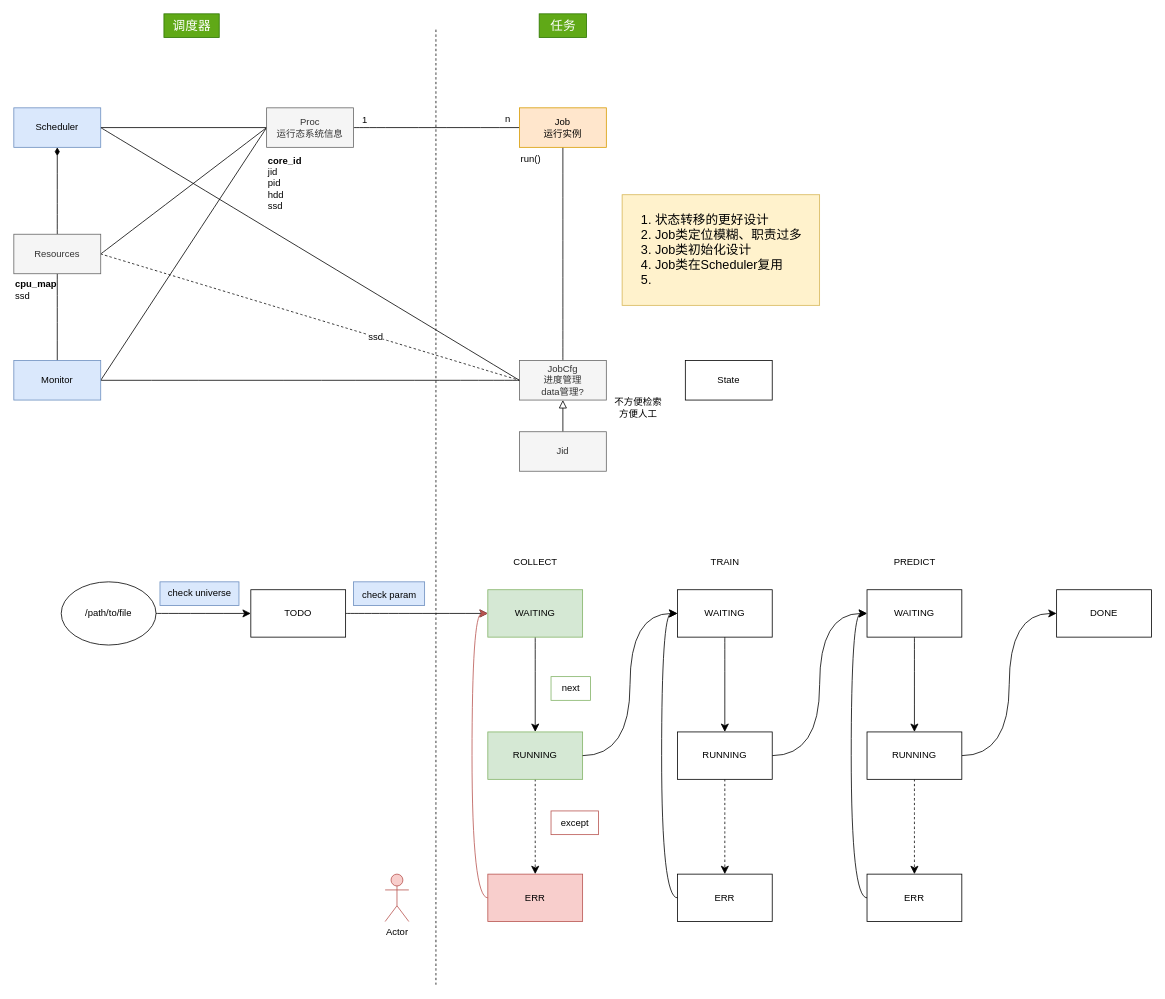
Above: practice.drawio in mistyeye11/drawio (draw.io), before the change. Source tidied: cells renumbered, new cells numbered last; positions are measured from the earlier drawing's top-left corner, leaving out a move shared by most shapes. Both pictures are drawn from the tidied source at 79%, with x=0, y=0 at pixel (13, 13).
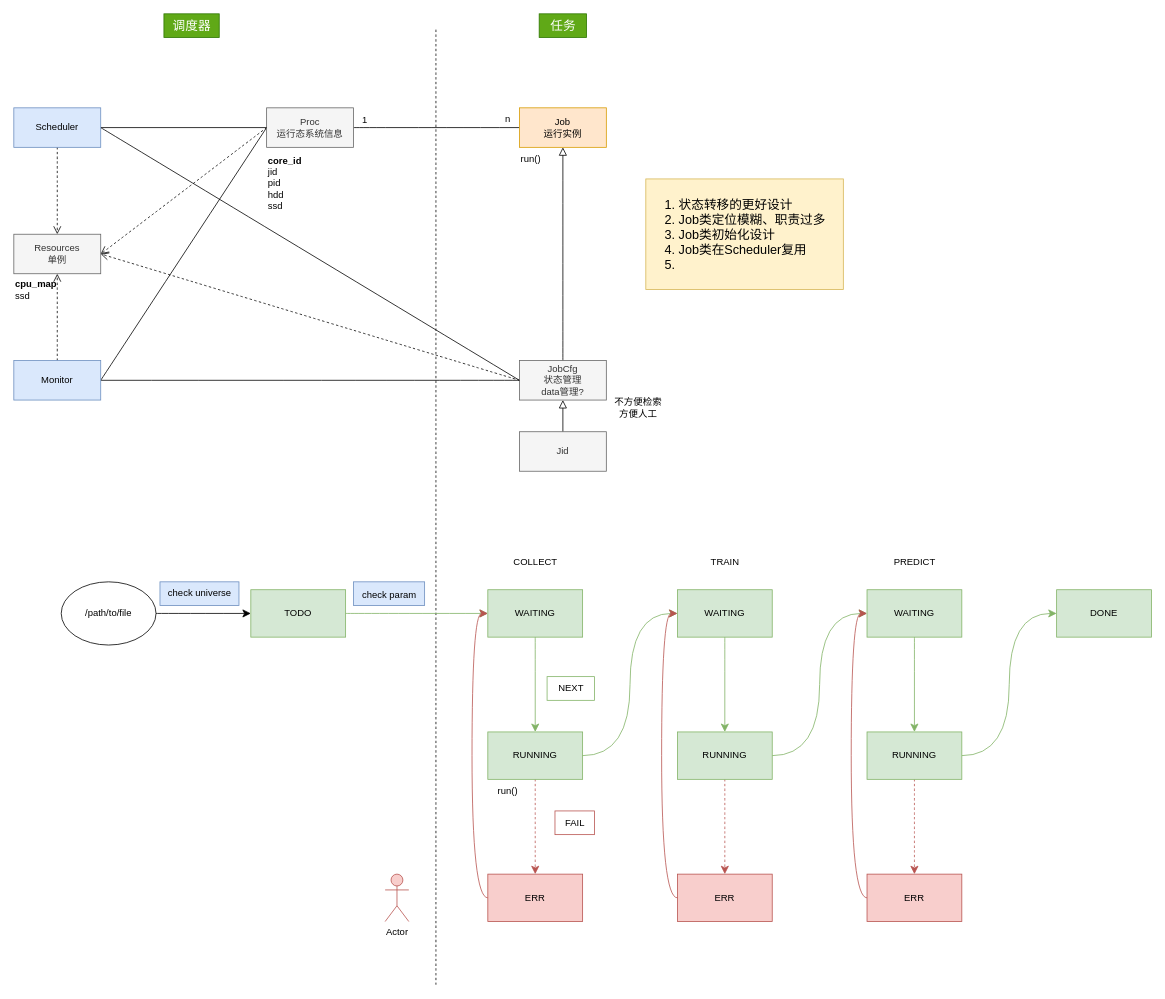
The same page after the edit.

The change refers to these unchanged cells:
```xml
<mxCell id="17" value="&lt;div&gt;Scheduler&lt;/div&gt;" style="html=1;whiteSpace=wrap;fillColor=#dae8fc;strokeColor=#6c8ebf;" parent="1" vertex="1">
  <mxGeometry y="119" width="110" height="50" as="geometry" />
</mxCell>
<mxCell id="18" value="Monitor" style="html=1;whiteSpace=wrap;fillColor=#dae8fc;strokeColor=#6c8ebf;" parent="1" vertex="1">
  <mxGeometry y="438.9" width="110" height="50" as="geometry" />
</mxCell>
<mxCell id="24" value="&lt;div&gt;WAITING&lt;/div&gt;" style="rounded=0;whiteSpace=wrap;html=1;fillColor=#d5e8d4;strokeColor=#82b366;" parent="1" vertex="1">
  <mxGeometry x="600" y="729" width="120" height="60" as="geometry" />
</mxCell>
<mxCell id="26" value="RUNNING" style="rounded=0;whiteSpace=wrap;html=1;fillColor=#d5e8d4;strokeColor=#82b366;" parent="1" vertex="1">
  <mxGeometry x="600" y="909" width="120" height="60" as="geometry" />
</mxCell>
<mxCell id="28" value="ERR" style="rounded=0;whiteSpace=wrap;html=1;fillColor=#f8cecc;strokeColor=#b85450;" parent="1" vertex="1">
  <mxGeometry x="600" y="1089" width="120" height="60" as="geometry" />
</mxCell>
<mxCell id="56" style="group;" parent="1" vertex="1">
  <mxGeometry y="279" width="110" height="90" as="geometry" />
</mxCell>
<mxCell id="60" value="&lt;div&gt;Proc&lt;/div&gt;运行态系统信息" style="html=1;whiteSpace=wrap;fillColor=#f5f5f5;strokeColor=#666666;fontColor=#333333;" parent="59" vertex="1">
  <mxGeometry width="110" height="50" as="geometry" />
</mxCell>
<mxCell id="63" value="&lt;div&gt;Job&lt;/div&gt;&lt;div&gt;运行实例&lt;br&gt;&lt;/div&gt;" style="html=1;whiteSpace=wrap;fillColor=#ffe6cc;strokeColor=#d79b00;" parent="62" vertex="1">
  <mxGeometry width="110" height="50" as="geometry" />
</mxCell>
```

The edit, as a diff of the source:
```diff
@@
-    <mxCell id="3" style="edgeStyle=none;curved=1;rounded=0;jettySize=auto;html=1;exitX=0.5;exitY=0;exitDx=0;exitDy=0;entryX=0.5;entryY=1;entryDx=0;entryDy=0;fontSize=12;startSize=8;endSize=8;endArrow=diamondThin;endFill=1;startArrow=none;startFill=0;" parent="1" edge="1" source="57" target="17">
-      <mxGeometry relative="1" as="geometry" />
-    </mxCell>
-    <mxCell id="4" style="edgeStyle=none;curved=1;rounded=0;jettySize=auto;html=1;fontSize=12;startSize=8;endSize=8;endArrow=none;endFill=0;" parent="1" edge="1" source="57" target="18">
-      <mxGeometry relative="1" as="geometry" />
-    </mxCell>
-    <mxCell id="5" style="edgeStyle=none;curved=1;rounded=0;jettySize=auto;html=1;exitX=1;exitY=0.5;exitDx=0;exitDy=0;entryX=0;entryY=0.5;entryDx=0;entryDy=0;fontSize=12;startSize=8;endSize=8;endArrow=none;endFill=0;dashed=1;" parent="1" edge="1" source="57" target="10">
-      <mxGeometry relative="1" as="geometry" />
-    </mxCell>
-    <mxCell id="6" value="ssd" style="edgeLabel;html=1;align=center;verticalAlign=middle;fontSize=12;" parent="5" vertex="1">
-      <mxGeometry x="0.31" y="-1" relative="1" as="geometry" />
-    </mxCell>
-    <mxCell id="7" style="edgeStyle=none;curved=1;rounded=0;jettySize=auto;html=1;exitX=1;exitY=0.5;exitDx=0;exitDy=0;entryX=0;entryY=0.5;entryDx=0;entryDy=0;fontSize=12;startSize=8;endSize=8;endArrow=none;endFill=0;" parent="1" edge="1" source="57" target="60">
-      <mxGeometry relative="1" as="geometry" />
-    </mxCell>
@@
-    <mxCell id="9" style="edgeStyle=none;curved=1;rounded=0;jettySize=auto;html=1;exitX=0.5;exitY=0;exitDx=0;exitDy=0;entryX=0.5;entryY=1;entryDx=0;entryDy=0;fontSize=12;startSize=8;endSize=8;endArrow=none;endFill=0;" parent="1" edge="1" source="10" target="63">
+    <mxCell id="9" style="edgeStyle=none;curved=1;rounded=0;jettySize=auto;html=1;exitX=0.5;exitY=0;exitDx=0;exitDy=0;entryX=0.5;entryY=1;entryDx=0;entryDy=0;fontSize=12;startSize=8;endSize=8;endArrow=block;endFill=0;startArrow=none;startFill=0;" parent="1" edge="1" source="10" target="63">
       <mxGeometry relative="1" as="geometry" />
     </mxCell>
+    <mxCell id="69" style="edgeStyle=none;curved=1;rounded=0;jettySize=auto;html=1;exitX=0;exitY=0.5;exitDx=0;exitDy=0;entryX=1;entryY=0.5;entryDx=0;entryDy=0;fontSize=12;startSize=8;endSize=8;endArrow=open;endFill=0;dashed=1;" parent="1" edge="1" source="10" target="57">
+      <mxGeometry relative="1" as="geometry" />
+    </mxCell>
-    <mxCell id="10" value="&lt;div&gt;JobCfg&lt;/div&gt;&lt;div&gt;进度管理&lt;/div&gt;&lt;div&gt;data管理?&lt;br&gt;&lt;/div&gt;" style="html=1;whiteSpace=wrap;fillColor=#f5f5f5;strokeColor=#666666;fontColor=#333333;" parent="1" vertex="1">
+    <mxCell id="10" value="&lt;div&gt;JobCfg&lt;/div&gt;&lt;div&gt;状态管理&lt;/div&gt;&lt;div&gt;data管理?&lt;br&gt;&lt;/div&gt;" style="html=1;whiteSpace=wrap;fillColor=#f5f5f5;strokeColor=#666666;fontColor=#333333;" parent="1" vertex="1">
       <mxGeometry x="640" y="438.9" width="110" height="50" as="geometry" />
     </mxCell>
@@
-    <mxCell id="14" style="edgeStyle=none;curved=1;rounded=0;jettySize=auto;html=1;exitX=0;exitY=0.5;exitDx=0;exitDy=0;entryX=1;entryY=0.5;entryDx=0;entryDy=0;fontSize=12;startSize=8;endSize=8;endArrow=none;endFill=0;" parent="1" edge="1" source="60" target="18">
-      <mxGeometry relative="1" as="geometry" />
-    </mxCell>
@@
+    <mxCell id="70" style="edgeStyle=none;curved=1;rounded=0;jettySize=auto;html=1;fontSize=12;startSize=8;endSize=8;endArrow=open;endFill=0;dashed=1;" parent="1" edge="1" source="17" target="57">
+      <mxGeometry relative="1" as="geometry" />
+    </mxCell>
@@
+    <mxCell id="71" style="edgeStyle=none;curved=1;rounded=0;jettySize=auto;html=1;exitX=1;exitY=0.5;exitDx=0;exitDy=0;entryX=0;entryY=0.5;entryDx=0;entryDy=0;fontSize=12;startSize=8;endSize=8;endArrow=none;endFill=0;" parent="1" edge="1" source="18" target="60">
+      <mxGeometry relative="1" as="geometry" />
+    </mxCell>
+    <mxCell id="72" style="edgeStyle=none;curved=1;rounded=0;jettySize=auto;html=1;exitX=0.5;exitY=0;exitDx=0;exitDy=0;entryX=0.5;entryY=1;entryDx=0;entryDy=0;fontSize=12;startSize=8;endSize=8;dashed=1;endArrow=open;endFill=0;" parent="1" edge="1" source="18" target="57">
+      <mxGeometry relative="1" as="geometry" />
+    </mxCell>
@@
-    <mxCell id="21" style="edgeStyle=none;curved=1;rounded=0;jettySize=auto;html=1;fontSize=12;startSize=8;endSize=8;" parent="1" edge="1" source="22" target="24">
+    <mxCell id="21" style="edgeStyle=none;curved=1;rounded=0;jettySize=auto;html=1;fontSize=12;startSize=8;endSize=8;fillColor=#d5e8d4;strokeColor=#82b366;" parent="1" edge="1" source="22" target="24">
       <mxGeometry relative="1" as="geometry" />
     </mxCell>
-    <mxCell id="22" value="TODO" style="rounded=0;whiteSpace=wrap;html=1;" parent="1" vertex="1">
+    <mxCell id="22" value="TODO" style="rounded=0;whiteSpace=wrap;html=1;fillColor=#d5e8d4;strokeColor=#82b366;" parent="1" vertex="1">
       <mxGeometry x="300" y="729" width="120" height="60" as="geometry" />
     </mxCell>
-    <mxCell id="23" style="edgeStyle=none;curved=1;rounded=0;jettySize=auto;html=1;fontSize=12;startSize=8;endSize=8;" parent="1" edge="1" source="24" target="26">
+    <mxCell id="23" style="edgeStyle=none;curved=1;rounded=0;jettySize=auto;html=1;fontSize=12;startSize=8;endSize=8;fillColor=#d5e8d4;strokeColor=#82b366;" parent="1" edge="1" source="24" target="26">
       <mxGeometry relative="1" as="geometry" />
     </mxCell>
@@
-    <mxCell id="25" style="edgeStyle=none;curved=1;rounded=0;jettySize=auto;html=1;fontSize=12;startSize=8;endSize=8;dashed=1;" parent="1" edge="1" source="26" target="28">
+    <mxCell id="25" style="edgeStyle=none;curved=1;rounded=0;jettySize=auto;html=1;fontSize=12;startSize=8;endSize=8;dashed=1;fillColor=#f8cecc;strokeColor=#b85450;" parent="1" edge="1" source="26" target="28">
       <mxGeometry relative="1" as="geometry" />
     </mxCell>
@@
-    <mxCell id="29" style="edgeStyle=none;curved=1;rounded=0;jettySize=auto;html=1;fontSize=12;startSize=8;endSize=8;" parent="1" edge="1" source="30" target="36">
+    <mxCell id="29" style="edgeStyle=none;curved=1;rounded=0;jettySize=auto;html=1;fontSize=12;startSize=8;endSize=8;fillColor=#d5e8d4;strokeColor=#82b366;" parent="1" edge="1" source="30" target="36">
       <mxGeometry relative="1" as="geometry" />
     </mxCell>
-    <mxCell id="30" value="&lt;div&gt;WAITING&lt;/div&gt;" style="rounded=0;whiteSpace=wrap;html=1;" parent="1" vertex="1">
+    <mxCell id="30" value="&lt;div&gt;WAITING&lt;/div&gt;" style="rounded=0;whiteSpace=wrap;html=1;fillColor=#d5e8d4;strokeColor=#82b366;" parent="1" vertex="1">
       <mxGeometry x="840" y="729" width="120" height="60" as="geometry" />
     </mxCell>
-    <mxCell id="31" style="edgeStyle=none;curved=1;rounded=0;jettySize=auto;html=1;fontSize=12;startSize=8;endSize=8;" parent="1" edge="1" source="32" target="39">
+    <mxCell id="31" style="edgeStyle=none;curved=1;rounded=0;jettySize=auto;html=1;fontSize=12;startSize=8;endSize=8;fillColor=#d5e8d4;strokeColor=#82b366;" parent="1" edge="1" source="32" target="39">
       <mxGeometry relative="1" as="geometry" />
     </mxCell>
-    <mxCell id="32" value="&lt;div&gt;WAITING&lt;/div&gt;" style="rounded=0;whiteSpace=wrap;html=1;" parent="1" vertex="1">
+    <mxCell id="32" value="&lt;div&gt;WAITING&lt;/div&gt;" style="rounded=0;whiteSpace=wrap;html=1;fillColor=#d5e8d4;strokeColor=#82b366;" parent="1" vertex="1">
       <mxGeometry x="1080" y="729" width="120" height="60" as="geometry" />
     </mxCell>
-    <mxCell id="33" value="DONE" style="rounded=0;whiteSpace=wrap;html=1;" parent="1" vertex="1">
+    <mxCell id="33" value="DONE" style="rounded=0;whiteSpace=wrap;html=1;fillColor=#d5e8d4;strokeColor=#82b366;" parent="1" vertex="1">
       <mxGeometry x="1320" y="729" width="120" height="60" as="geometry" />
     </mxCell>
-    <mxCell id="34" style="edgeStyle=none;curved=1;rounded=0;jettySize=auto;html=1;fontSize=12;startSize=8;endSize=8;dashed=1;" parent="1" edge="1" source="36" target="40">
+    <mxCell id="34" style="edgeStyle=none;curved=1;rounded=0;jettySize=auto;html=1;fontSize=12;startSize=8;endSize=8;dashed=1;fillColor=#f8cecc;strokeColor=#b85450;" parent="1" edge="1" source="36" target="40">
       <mxGeometry relative="1" as="geometry" />
     </mxCell>
-    <mxCell id="35" style="edgeStyle=orthogonalEdgeStyle;curved=1;rounded=0;jettySize=auto;html=1;exitX=1;exitY=0.5;exitDx=0;exitDy=0;entryX=0;entryY=0.5;entryDx=0;entryDy=0;fontSize=12;startSize=8;endSize=8;" parent="1" edge="1" source="36" target="32">
+    <mxCell id="35" style="edgeStyle=orthogonalEdgeStyle;curved=1;rounded=0;jettySize=auto;html=1;exitX=1;exitY=0.5;exitDx=0;exitDy=0;entryX=0;entryY=0.5;entryDx=0;entryDy=0;fontSize=12;startSize=8;endSize=8;fillColor=#d5e8d4;strokeColor=#82b366;" parent="1" edge="1" source="36" target="32">
       <mxGeometry relative="1" as="geometry" />
     </mxCell>
-    <mxCell id="36" value="RUNNING" style="rounded=0;whiteSpace=wrap;html=1;" parent="1" vertex="1">
+    <mxCell id="36" value="RUNNING" style="rounded=0;whiteSpace=wrap;html=1;fillColor=#d5e8d4;strokeColor=#82b366;" parent="1" vertex="1">
       <mxGeometry x="840" y="909" width="120" height="60" as="geometry" />
     </mxCell>
-    <mxCell id="37" style="edgeStyle=none;curved=1;rounded=0;jettySize=auto;html=1;fontSize=12;startSize=8;endSize=8;dashed=1;" parent="1" edge="1" source="39" target="42">
+    <mxCell id="37" style="edgeStyle=none;curved=1;rounded=0;jettySize=auto;html=1;fontSize=12;startSize=8;endSize=8;dashed=1;fillColor=#f8cecc;strokeColor=#b85450;" parent="1" edge="1" source="39" target="42">
       <mxGeometry relative="1" as="geometry" />
     </mxCell>
-    <mxCell id="38" style="edgeStyle=orthogonalEdgeStyle;curved=1;rounded=0;jettySize=auto;html=1;exitX=1;exitY=0.5;exitDx=0;exitDy=0;entryX=0;entryY=0.5;entryDx=0;entryDy=0;fontSize=12;startSize=8;endSize=8;" parent="1" edge="1" source="39" target="33">
+    <mxCell id="38" style="edgeStyle=orthogonalEdgeStyle;curved=1;rounded=0;jettySize=auto;html=1;exitX=1;exitY=0.5;exitDx=0;exitDy=0;entryX=0;entryY=0.5;entryDx=0;entryDy=0;fontSize=12;startSize=8;endSize=8;fillColor=#d5e8d4;strokeColor=#82b366;" parent="1" edge="1" source="39" target="33">
       <mxGeometry relative="1" as="geometry" />
     </mxCell>
-    <mxCell id="39" value="RUNNING" style="rounded=0;whiteSpace=wrap;html=1;" parent="1" vertex="1">
+    <mxCell id="39" value="RUNNING" style="rounded=0;whiteSpace=wrap;html=1;fillColor=#d5e8d4;strokeColor=#82b366;" parent="1" vertex="1">
       <mxGeometry x="1080" y="909" width="120" height="60" as="geometry" />
     </mxCell>
-    <mxCell id="40" value="ERR" style="rounded=0;whiteSpace=wrap;html=1;" parent="1" vertex="1">
+    <mxCell id="40" value="ERR" style="rounded=0;whiteSpace=wrap;html=1;fillColor=#f8cecc;strokeColor=#b85450;" parent="1" vertex="1">
       <mxGeometry x="840" y="1089" width="120" height="60" as="geometry" />
     </mxCell>
-    <mxCell id="41" style="edgeStyle=orthogonalEdgeStyle;curved=1;rounded=0;jettySize=auto;html=1;exitX=0;exitY=0.5;exitDx=0;exitDy=0;entryX=0;entryY=0.5;entryDx=0;entryDy=0;fontSize=12;startSize=8;endSize=8;" parent="1" edge="1" source="42" target="32">
+    <mxCell id="41" style="edgeStyle=orthogonalEdgeStyle;curved=1;rounded=0;jettySize=auto;html=1;exitX=0;exitY=0.5;exitDx=0;exitDy=0;entryX=0;entryY=0.5;entryDx=0;entryDy=0;fontSize=12;startSize=8;endSize=8;fillColor=#f8cecc;strokeColor=#b85450;" parent="1" edge="1" source="42" target="32">
       <mxGeometry relative="1" as="geometry" />
     </mxCell>
-    <mxCell id="42" value="ERR" style="rounded=0;whiteSpace=wrap;html=1;" parent="1" vertex="1">
+    <mxCell id="42" value="ERR" style="rounded=0;whiteSpace=wrap;html=1;fillColor=#f8cecc;strokeColor=#b85450;" parent="1" vertex="1">
       <mxGeometry x="1080" y="1089" width="120" height="60" as="geometry" />
     </mxCell>
@@
-    <mxCell id="51" style="edgeStyle=orthogonalEdgeStyle;curved=1;rounded=0;jettySize=auto;html=1;exitX=1;exitY=0.5;exitDx=0;exitDy=0;entryX=0;entryY=0.5;entryDx=0;entryDy=0;fontSize=12;startSize=8;endSize=8;" parent="1" edge="1" source="26" target="30">
+    <mxCell id="51" style="edgeStyle=orthogonalEdgeStyle;curved=1;rounded=0;jettySize=auto;html=1;exitX=1;exitY=0.5;exitDx=0;exitDy=0;entryX=0;entryY=0.5;entryDx=0;entryDy=0;fontSize=12;startSize=8;endSize=8;fillColor=#d5e8d4;strokeColor=#82b366;" parent="1" edge="1" source="26" target="30">
       <mxGeometry relative="1" as="geometry" />
     </mxCell>
-    <mxCell id="52" style="edgeStyle=orthogonalEdgeStyle;curved=1;rounded=0;jettySize=auto;html=1;exitX=0;exitY=0.5;exitDx=0;exitDy=0;entryX=0;entryY=0.5;entryDx=0;entryDy=0;fontSize=12;startSize=8;endSize=8;" parent="1" edge="1" source="40" target="30">
+    <mxCell id="52" style="edgeStyle=orthogonalEdgeStyle;curved=1;rounded=0;jettySize=auto;html=1;exitX=0;exitY=0.5;exitDx=0;exitDy=0;entryX=0;entryY=0.5;entryDx=0;entryDy=0;fontSize=12;startSize=8;endSize=8;fillColor=#f8cecc;strokeColor=#b85450;" parent="1" edge="1" source="40" target="30">
       <mxGeometry relative="1" as="geometry" />
     </mxCell>
     <mxCell id="53" value="&lt;div align=&quot;left&quot;&gt;&lt;ol&gt;&lt;li&gt;状态转移的更好设计&lt;/li&gt;&lt;li&gt;Job类定位模糊、职责过多&lt;/li&gt;&lt;li&gt;Job类初始化设计&lt;br&gt;&lt;/li&gt;&lt;li&gt;Job类在Scheduler复用&lt;/li&gt;&lt;li&gt;&lt;br&gt;&lt;/li&gt;&lt;/ol&gt;&lt;/div&gt;" style="text;html=1;align=left;verticalAlign=middle;strokeColor=#d6b656;fillColor=#fff2cc;fontSize=16;" parent="1" vertex="1">
-      <mxGeometry x="770" y="229" width="250" height="140" as="geometry" />
+      <mxGeometry x="800" y="209" width="250" height="140" as="geometry" />
     </mxCell>
@@
-    <mxCell id="57" value="Resources" style="html=1;whiteSpace=wrap;fillColor=#f5f5f5;strokeColor=#666666;fontColor=#333333;" parent="56" vertex="1">
+    <mxCell id="57" value="Resources&lt;br&gt;单例" style="html=1;whiteSpace=wrap;fillColor=#f5f5f5;strokeColor=#666666;fontColor=#333333;" parent="56" vertex="1">
       <mxGeometry width="110" height="50" as="geometry" />
     </mxCell>
@@
-    <mxCell id="66" value="next" style="text;html=1;align=center;verticalAlign=middle;strokeColor=#82b366;fillColor=none;fontSize=12;" parent="1" vertex="1">
-      <mxGeometry x="680" y="839" width="50" height="30" as="geometry" />
+    <mxCell id="66" value="NEXT" style="text;html=1;align=center;verticalAlign=middle;strokeColor=#82b366;fillColor=none;fontSize=12;" parent="1" vertex="1">
+      <mxGeometry x="675" y="839" width="60" height="30" as="geometry" />
     </mxCell>
-    <mxCell id="67" value="except" style="text;html=1;align=center;verticalAlign=middle;strokeColor=#b85450;fillColor=none;fontSize=12;" parent="1" vertex="1">
-      <mxGeometry x="680" y="1009" width="60" height="30" as="geometry" />
+    <mxCell id="67" value="FAIL" style="text;html=1;align=center;verticalAlign=middle;strokeColor=#b85450;fillColor=none;fontSize=12;" parent="1" vertex="1">
+      <mxGeometry x="685" y="1009" width="50" height="30" as="geometry" />
     </mxCell>
-    <mxCell id="68" value="State" style="html=1;whiteSpace=wrap;" parent="1" vertex="1">
-      <mxGeometry x="850" y="438.9" width="110" height="50" as="geometry" />
-    </mxCell>
+    <mxCell id="73" style="edgeStyle=none;curved=1;rounded=0;jettySize=auto;html=1;exitX=0;exitY=0.5;exitDx=0;exitDy=0;entryX=1;entryY=0.5;entryDx=0;entryDy=0;fontSize=12;startSize=8;endSize=8;dashed=1;endArrow=open;endFill=0;" parent="1" edge="1" source="60" target="57">
+      <mxGeometry relative="1" as="geometry" />
+    </mxCell>
+    <mxCell id="74" value="run()" style="text;html=1;align=center;verticalAlign=middle;strokeColor=none;fillColor=none;fontSize=12;" parent="1" vertex="1">
+      <mxGeometry x="600" y="969" width="50" height="30" as="geometry" />
+    </mxCell>
```
